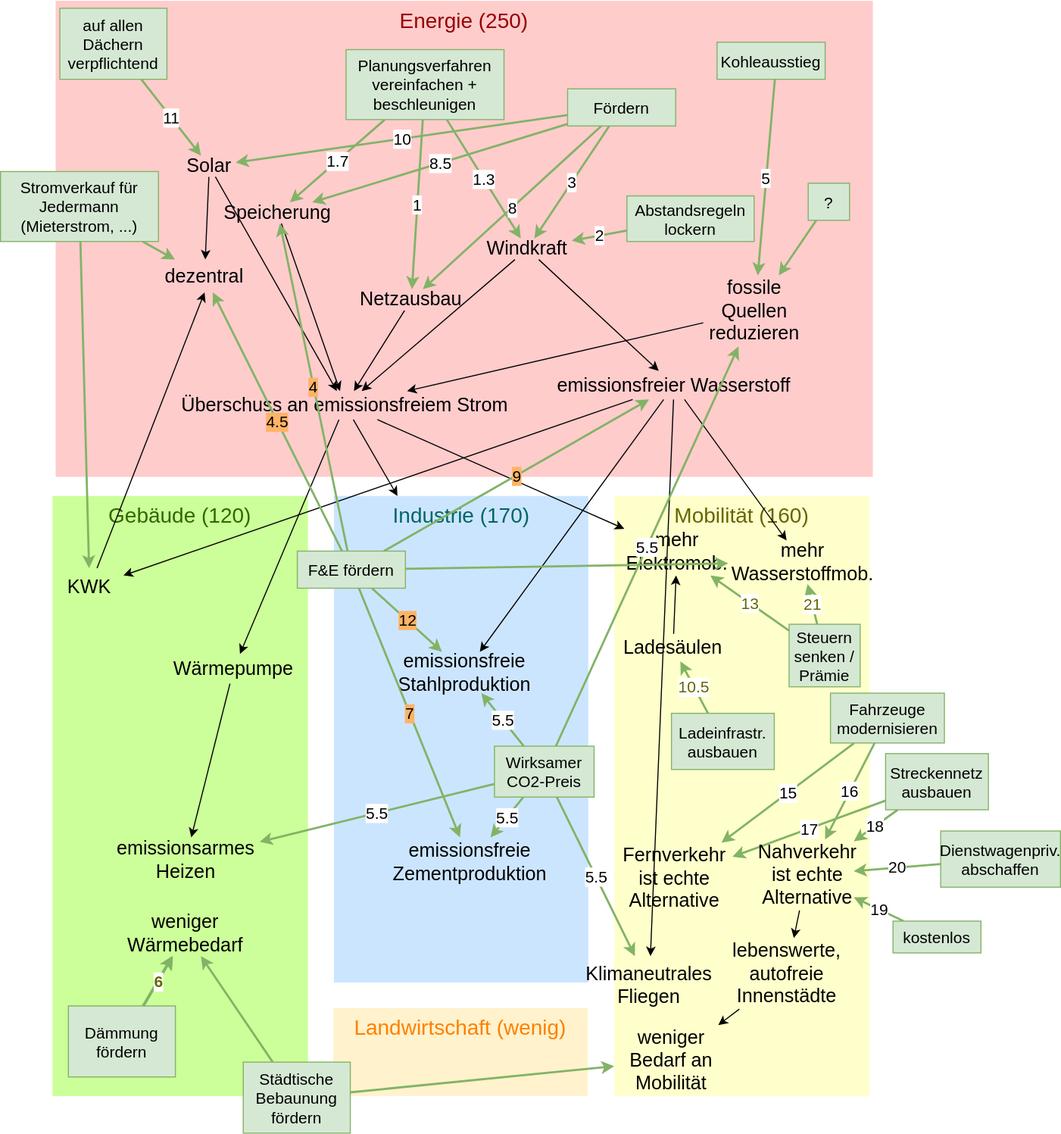
This is documents/happyPath.drawio.svg from neustartklima/ich-kann-klima, a draw.io export, as it was before one commit. Source tidied: cells renumbered, new cells last; positions are measured from the earlier drawing's top-left corner, leaving out a move shared by most shapes.
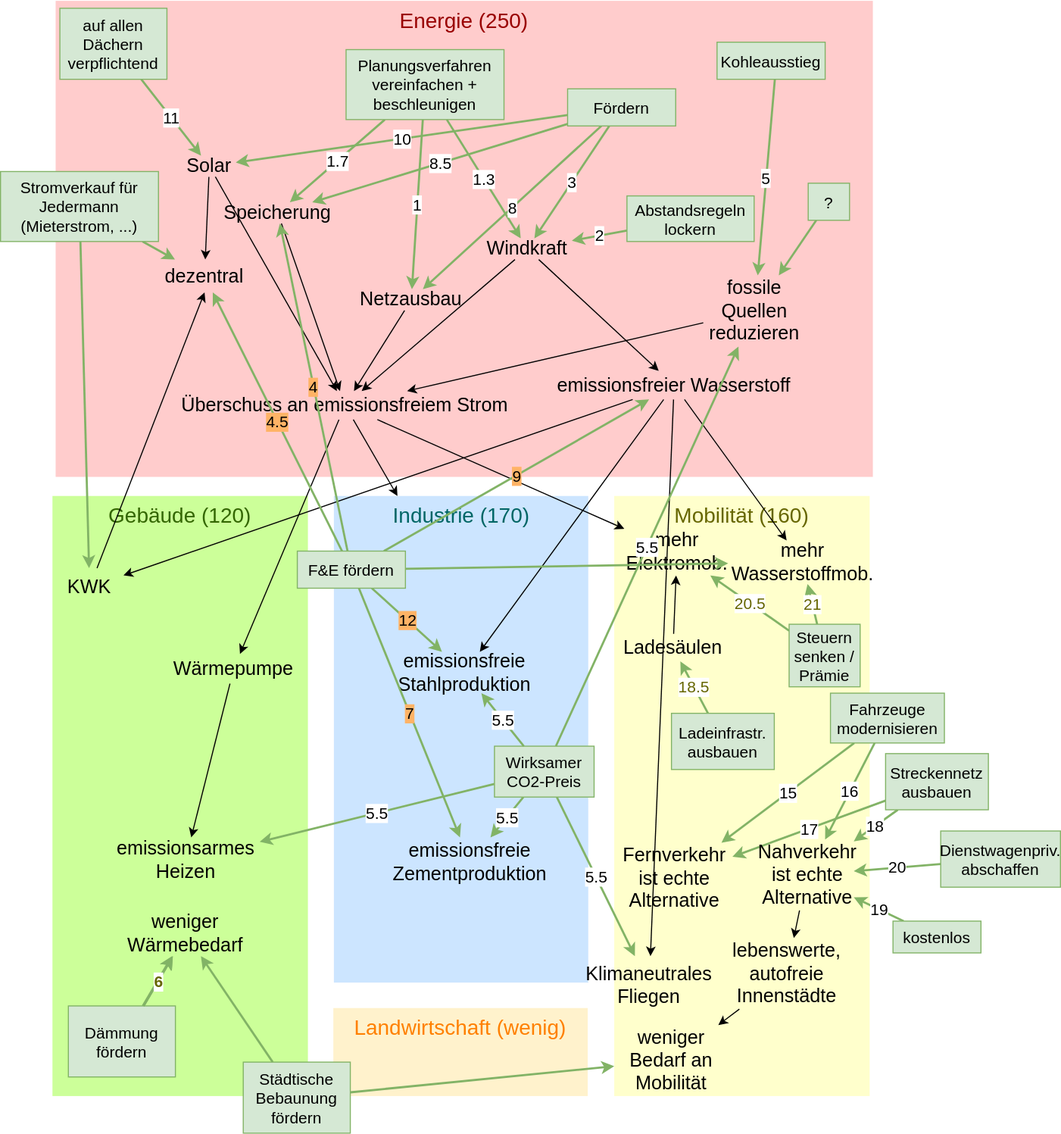
After the change.

Commit message:
Shuffle Happy Path.

Change to the diagram source:
```diff
@@ -191,10 +191,10 @@
     <mxCell id="64" value="mehr Wasserstoffmob." style="rounded=0;whiteSpace=wrap;html=1;fontSize=18;strokeColor=none;fillColor=none;" parent="1" vertex="1">
       <mxGeometry x="686.5" y="509" width="140" height="41" as="geometry" />
     </mxCell>
-    <mxCell id="65" value="10.5" style="edgeStyle=none;rounded=0;jettySize=auto;html=1;fontSize=15;fontColor=#666600;strokeColor=#82B366;strokeWidth=2;" parent="1" edge="1" source="97" target="62">
+    <mxCell id="65" value="18.5" style="edgeStyle=none;rounded=0;jettySize=auto;html=1;fontSize=15;fontColor=#666600;strokeColor=#82B366;strokeWidth=2;" parent="1" edge="1" source="97" target="62">
       <mxGeometry relative="1" as="geometry" />
     </mxCell>
-    <mxCell id="66" value="13" style="edgeStyle=none;rounded=0;jettySize=auto;html=1;fontSize=15;fontColor=#666600;strokeColor=#82B366;strokeWidth=2;" parent="1" edge="1" source="68" target="61">
+    <mxCell id="66" value="20.5" style="edgeStyle=none;rounded=0;jettySize=auto;html=1;fontSize=15;fontColor=#666600;strokeColor=#82B366;strokeWidth=2;" parent="1" edge="1" source="68" target="61">
       <mxGeometry relative="1" as="geometry" />
     </mxCell>
     <mxCell id="67" value="21" style="edgeStyle=none;rounded=0;jettySize=auto;html=1;fontSize=15;fontColor=#666600;strokeColor=#82B366;strokeWidth=2;" parent="1" edge="1" source="68" target="64">
```
